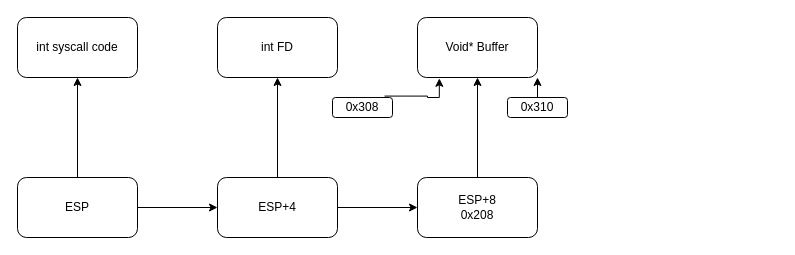
Earlier version of the draw.io diagram Project2 phrase2 Diagram.drawio (honchingli/chat_cuteegif_ubhacking2020). Source tidied: cells renumbered, new cells numbered last; positions are measured from the earlier drawing's top-left corner, leaving out a move shared by most shapes. Both pictures are drawn from the tidied source at 100%, with x=0, y=0 at pixel (17, 17).
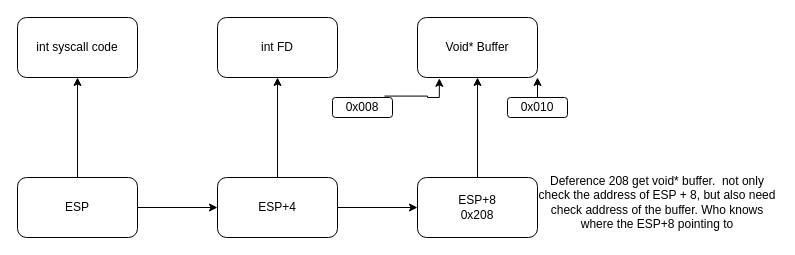
The same page after the edit.

Change to the diagram source:
```diff
@@
-    <mxCell id="14" value="0x308" style="rounded=1;whiteSpace=wrap;html=1;" parent="1" vertex="1">
+    <mxCell id="14" value="0x008" style="rounded=1;whiteSpace=wrap;html=1;" parent="1" vertex="1">
       <mxGeometry x="315" y="80" width="60" height="20" as="geometry" />
     </mxCell>
@@
-    <mxCell id="16" value="0x310" style="rounded=1;whiteSpace=wrap;html=1;" parent="1" vertex="1">
+    <mxCell id="16" value="0x010" style="rounded=1;whiteSpace=wrap;html=1;" parent="1" vertex="1">
       <mxGeometry x="490" y="80" width="60" height="20" as="geometry" />
     </mxCell>
+    <mxCell id="17" value="Deference 208 get void* buffer.&amp;nbsp; not only check the address of ESP + 8, but also need check address of the buffer. Who knows where the ESP+8 pointing to" style="text;html=1;strokeColor=none;fillColor=none;align=center;verticalAlign=middle;whiteSpace=wrap;rounded=0;" parent="1" vertex="1">
+      <mxGeometry x="520" y="160" width="240" height="50" as="geometry" />
+    </mxCell>
```
